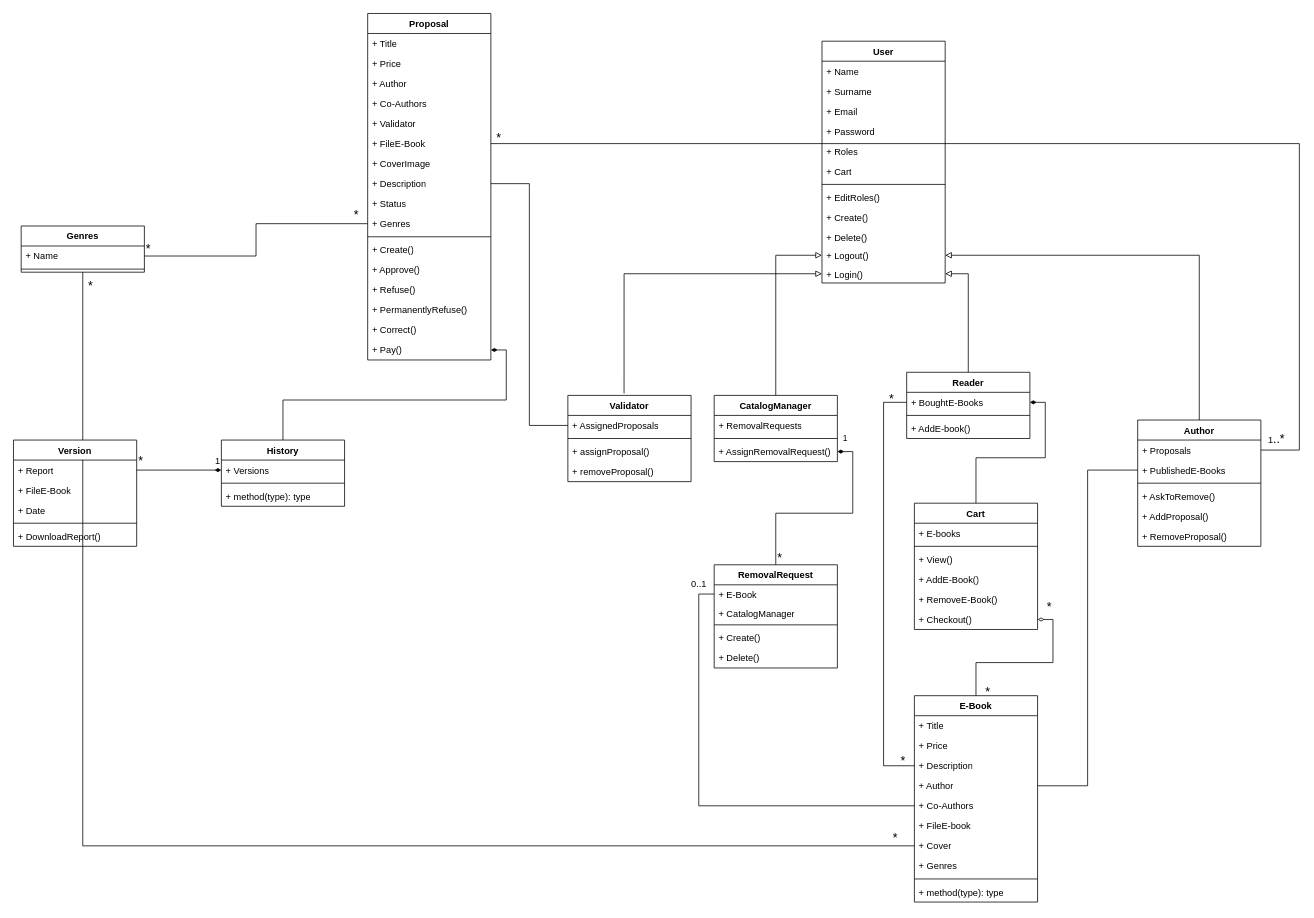
Earlier version of the draw.io diagram Deliverables/ClassDiagram.drawio (Dabi1290/BookVerse). Source tidied: cells renumbered, new cells numbered last; positions are measured from the earlier drawing's top-left corner, leaving out a move shared by most shapes. Both pictures are drawn from the tidied source at 77%, with x=0, y=0 at pixel (13, 13).
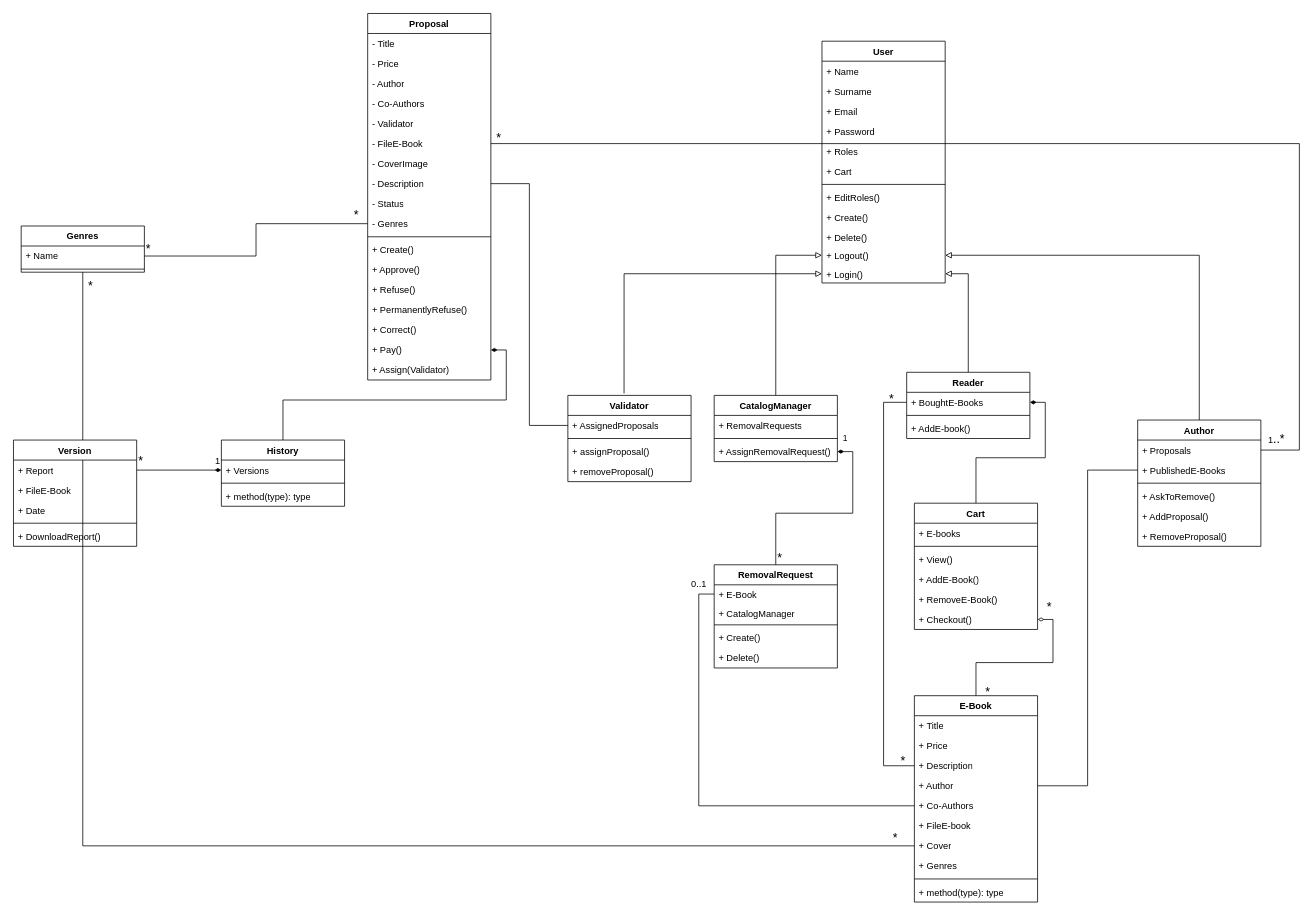
After the change.

What changed in the source:
```diff
@@
     <mxCell id="2" value="Proposal" style="swimlane;fontStyle=1;align=center;verticalAlign=top;horizontal=1;startSize=26;whiteSpace=wrap;html=1;" parent="1" vertex="1">
-      <mxGeometry x="460" width="160" height="450" as="geometry" />
+      <mxGeometry x="460" width="160" height="476" as="geometry" />
     </mxCell>
-    <mxCell id="3" value="+ Title" style="text;strokeColor=none;fillColor=none;align=left;verticalAlign=top;spacingLeft=4;spacingRight=4;overflow=hidden;whiteSpace=wrap;html=1;" parent="2" vertex="1">
+    <mxCell id="3" value="- Title" style="text;strokeColor=none;fillColor=none;align=left;verticalAlign=top;spacingLeft=4;spacingRight=4;overflow=hidden;whiteSpace=wrap;html=1;" parent="2" vertex="1">
       <mxGeometry y="26" width="160" height="26" as="geometry" />
     </mxCell>
-    <mxCell id="4" value="+ Price" style="text;strokeColor=none;fillColor=none;align=left;verticalAlign=top;spacingLeft=4;spacingRight=4;overflow=hidden;whiteSpace=wrap;html=1;" parent="2" vertex="1">
+    <mxCell id="4" value="- Price" style="text;strokeColor=none;fillColor=none;align=left;verticalAlign=top;spacingLeft=4;spacingRight=4;overflow=hidden;whiteSpace=wrap;html=1;" parent="2" vertex="1">
       <mxGeometry y="52" width="160" height="26" as="geometry" />
     </mxCell>
-    <mxCell id="5" value="+ Author" style="text;strokeColor=none;fillColor=none;align=left;verticalAlign=top;spacingLeft=4;spacingRight=4;overflow=hidden;whiteSpace=wrap;html=1;" parent="2" vertex="1">
+    <mxCell id="5" value="- Author" style="text;strokeColor=none;fillColor=none;align=left;verticalAlign=top;spacingLeft=4;spacingRight=4;overflow=hidden;whiteSpace=wrap;html=1;" parent="2" vertex="1">
       <mxGeometry y="78" width="160" height="26" as="geometry" />
     </mxCell>
-    <mxCell id="6" value="+ Co-Authors" style="text;strokeColor=none;fillColor=none;align=left;verticalAlign=top;spacingLeft=4;spacingRight=4;overflow=hidden;whiteSpace=wrap;html=1;" parent="2" vertex="1">
+    <mxCell id="6" value="- Co-Authors" style="text;strokeColor=none;fillColor=none;align=left;verticalAlign=top;spacingLeft=4;spacingRight=4;overflow=hidden;whiteSpace=wrap;html=1;" parent="2" vertex="1">
       <mxGeometry y="104" width="160" height="26" as="geometry" />
     </mxCell>
-    <mxCell id="7" value="+ Validator" style="text;strokeColor=none;fillColor=none;align=left;verticalAlign=top;spacingLeft=4;spacingRight=4;overflow=hidden;whiteSpace=wrap;html=1;" parent="2" vertex="1">
+    <mxCell id="7" value="- Validator" style="text;strokeColor=none;fillColor=none;align=left;verticalAlign=top;spacingLeft=4;spacingRight=4;overflow=hidden;whiteSpace=wrap;html=1;" parent="2" vertex="1">
       <mxGeometry y="130" width="160" height="26" as="geometry" />
     </mxCell>
-    <mxCell id="8" value="+ FileE-Book" style="text;strokeColor=none;fillColor=none;align=left;verticalAlign=top;spacingLeft=4;spacingRight=4;overflow=hidden;points=[[0,0.5],[1,0.5]];portConstraint=eastwest;whiteSpace=wrap;html=1;" parent="2" vertex="1">
+    <mxCell id="8" value="- FileE-Book" style="text;strokeColor=none;fillColor=none;align=left;verticalAlign=top;spacingLeft=4;spacingRight=4;overflow=hidden;points=[[0,0.5],[1,0.5]];portConstraint=eastwest;whiteSpace=wrap;html=1;" parent="2" vertex="1">
       <mxGeometry y="156" width="160" height="26" as="geometry" />
     </mxCell>
-    <mxCell id="9" value="+ CoverImage" style="text;strokeColor=none;fillColor=none;align=left;verticalAlign=top;spacingLeft=4;spacingRight=4;overflow=hidden;whiteSpace=wrap;html=1;" parent="2" vertex="1">
+    <mxCell id="9" value="- CoverImage" style="text;strokeColor=none;fillColor=none;align=left;verticalAlign=top;spacingLeft=4;spacingRight=4;overflow=hidden;whiteSpace=wrap;html=1;" parent="2" vertex="1">
       <mxGeometry y="182" width="160" height="26" as="geometry" />
     </mxCell>
-    <mxCell id="10" value="+ Description" style="text;strokeColor=none;fillColor=none;align=left;verticalAlign=top;spacingLeft=4;spacingRight=4;overflow=hidden;points=[[0,0.5],[1,0.5]];portConstraint=eastwest;whiteSpace=wrap;html=1;" parent="2" vertex="1">
+    <mxCell id="10" value="- Description" style="text;strokeColor=none;fillColor=none;align=left;verticalAlign=top;spacingLeft=4;spacingRight=4;overflow=hidden;points=[[0,0.5],[1,0.5]];portConstraint=eastwest;whiteSpace=wrap;html=1;" parent="2" vertex="1">
       <mxGeometry y="208" width="160" height="26" as="geometry" />
     </mxCell>
-    <mxCell id="11" value="+ Status" style="text;strokeColor=none;fillColor=none;align=left;verticalAlign=top;spacingLeft=4;spacingRight=4;overflow=hidden;whiteSpace=wrap;html=1;" parent="2" vertex="1">
+    <mxCell id="11" value="- Status" style="text;strokeColor=none;fillColor=none;align=left;verticalAlign=top;spacingLeft=4;spacingRight=4;overflow=hidden;whiteSpace=wrap;html=1;" parent="2" vertex="1">
       <mxGeometry y="234" width="160" height="26" as="geometry" />
     </mxCell>
-    <mxCell id="12" value="+ Genres" style="text;strokeColor=none;fillColor=none;align=left;verticalAlign=top;spacingLeft=4;spacingRight=4;overflow=hidden;points=[[0,0.5],[1,0.5]];portConstraint=eastwest;whiteSpace=wrap;html=1;" parent="2" vertex="1">
+    <mxCell id="12" value="- Genres" style="text;strokeColor=none;fillColor=none;align=left;verticalAlign=top;spacingLeft=4;spacingRight=4;overflow=hidden;points=[[0,0.5],[1,0.5]];portConstraint=eastwest;whiteSpace=wrap;html=1;" parent="2" vertex="1">
       <mxGeometry y="260" width="160" height="26" as="geometry" />
     </mxCell>
@@
+    <mxCell id="121" value="+ Assign(Validator)" style="text;strokeColor=none;fillColor=none;align=left;verticalAlign=top;spacingLeft=4;spacingRight=4;overflow=hidden;whiteSpace=wrap;html=1;" parent="2" vertex="1">
+      <mxGeometry y="450" width="160" height="26" as="geometry" />
+    </mxCell>
```
